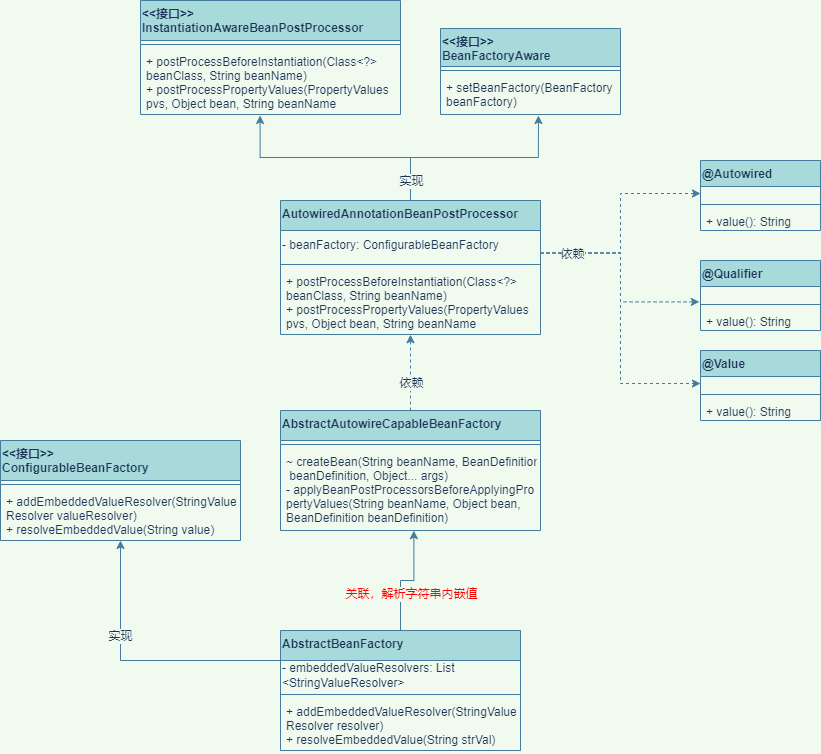
Before: wzz-spring/spring-step-14(通过注解注入信息).drawio.png, a diagram exported from draw.io (wsxzei/markdown-photos). Source tidied: cells renumbered, new cells last; positions are measured from the earlier drawing's top-left corner, leaving out a move shared by most shapes.
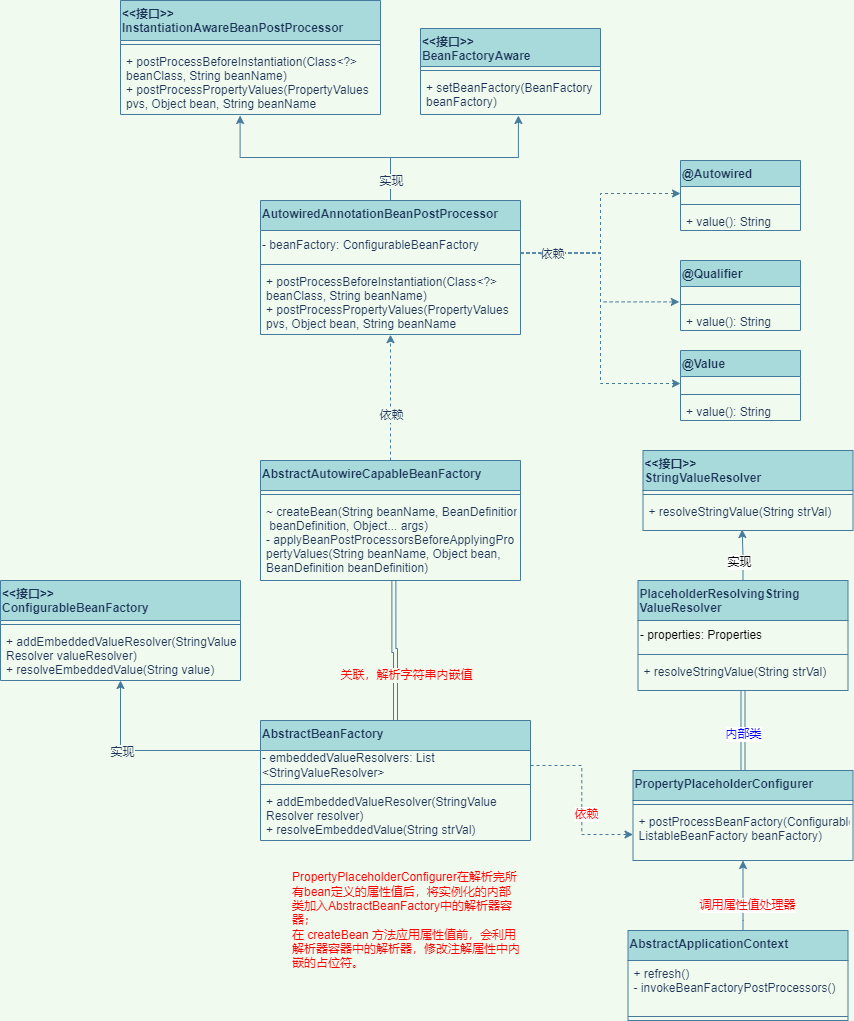
Later version of the same file.

Commit message:
更新spring-step-14(通过注解注入信息).drawio.png

What changed in the source:
```diff
@@ -98,7 +98,7 @@
       <mxGeometry x="-0.26" relative="1" as="geometry" />
     </mxCell>
     <mxCell id="33" value="AbstractAutowireCapableBeanFactory" style="swimlane;fontStyle=1;align=left;verticalAlign=top;horizontal=1;startSize=30;fillColor=#A8DADC;strokeColor=#457B9D;fontColor=#1D3557;" parent="1" vertex="1">
-      <mxGeometry x="280" y="410" width="260" height="120" as="geometry" />
+      <mxGeometry x="280" y="460" width="260" height="120" as="geometry" />
     </mxCell>
     <mxCell id="34" style="line;strokeWidth=1;fillColor=none;align=left;verticalAlign=middle;spacingTop=-1;spacingLeft=3;spacingRight=3;labelPosition=right;labelBackgroundColor=#F1FAEE;strokeColor=#457B9D;fontColor=#1D3557;" parent="33" vertex="1">
       <mxGeometry y="30" width="260" height="8" as="geometry" />
@@ -112,7 +112,7 @@
     <mxCell id="37" value="实现" style="edgeLabel;html=1;align=center;verticalAlign=middle;labelBackgroundColor=#F1FAEE;fontColor=#1D3557;" parent="36" vertex="1">
       <mxGeometry x="0.32" y="1" relative="1" as="geometry" />
     </mxCell>
-    <mxCell id="38" style="edgeStyle=orthogonalEdgeStyle;rounded=0;jettySize=auto;html=1;exitX=0.5;exitY=0;exitDx=0;exitDy=0;entryX=0.513;entryY=1.002;entryDx=0;entryDy=0;entryPerimeter=0;labelBackgroundColor=#F1FAEE;strokeColor=#457B9D;fontColor=#1D3557;" parent="1" edge="1" source="40" target="35">
+    <mxCell id="38" style="edgeStyle=orthogonalEdgeStyle;rounded=0;jettySize=auto;html=1;exitX=0.5;exitY=0;exitDx=0;exitDy=0;entryX=0.513;entryY=1.002;entryDx=0;entryDy=0;entryPerimeter=0;labelBackgroundColor=#F1FAEE;strokeColor=#457B9D;fontColor=#1D3557;shape=link;" parent="1" edge="1" source="40" target="35">
       <mxGeometry relative="1" as="geometry" />
     </mxCell>
     <mxCell id="39" value="关联，解析字符串内嵌值" style="edgeLabel;html=1;align=center;verticalAlign=middle;fontColor=#FF0000;labelBackgroundColor=#F1FAEE;" parent="38" vertex="1">
@@ -121,19 +121,19 @@
       </mxGeometry>
     </mxCell>
     <mxCell id="40" value="AbstractBeanFactory" style="swimlane;fontStyle=1;align=left;verticalAlign=top;horizontal=1;startSize=30;fillColor=#A8DADC;strokeColor=#457B9D;fontColor=#1D3557;" parent="1" vertex="1">
-      <mxGeometry x="280" y="630" width="240" height="120" as="geometry" />
+      <mxGeometry x="280" y="720" width="270" height="120" as="geometry" />
     </mxCell>
     <mxCell id="41" value="- embeddedValueResolvers: List&lt;br&gt;&amp;lt;StringValueResolver&amp;gt;" style="text;html=1;strokeColor=none;fillColor=none;align=left;verticalAlign=middle;whiteSpace=wrap;rounded=0;fontColor=#1D3557;" parent="40" vertex="1">
-      <mxGeometry y="30" width="240" height="30" as="geometry" />
+      <mxGeometry y="30" width="270" height="30" as="geometry" />
     </mxCell>
     <mxCell id="42" style="line;strokeWidth=1;fillColor=none;align=left;verticalAlign=middle;spacingTop=-1;spacingLeft=3;spacingRight=3;labelPosition=right;labelBackgroundColor=#F1FAEE;strokeColor=#457B9D;fontColor=#1D3557;" parent="40" vertex="1">
-      <mxGeometry y="60" width="240" height="8" as="geometry" />
+      <mxGeometry y="60" width="270" height="8" as="geometry" />
     </mxCell>
     <mxCell id="43" value="+ addEmbeddedValueResolver(StringValue&#10;Resolver resolver)&#10;+ resolveEmbeddedValue(String strVal)" style="text;strokeColor=none;fillColor=none;align=left;verticalAlign=top;spacingLeft=4;spacingRight=4;overflow=hidden;fontColor=#1D3557;" parent="40" vertex="1">
-      <mxGeometry y="68" width="240" height="52" as="geometry" />
+      <mxGeometry y="68" width="270" height="52" as="geometry" />
     </mxCell>
     <mxCell id="44" value="&lt;&lt;接口&gt;&gt;&#10;ConfigurableBeanFactory" style="swimlane;fontStyle=1;align=left;verticalAlign=top;horizontal=1;startSize=40;fillColor=#A8DADC;strokeColor=#457B9D;fontColor=#1D3557;" parent="1" vertex="1">
-      <mxGeometry y="440" width="240" height="100" as="geometry" />
+      <mxGeometry x="20" y="580" width="240" height="100" as="geometry" />
     </mxCell>
     <mxCell id="45" style="line;strokeWidth=1;fillColor=none;align=left;verticalAlign=middle;spacingTop=-1;spacingLeft=3;spacingRight=3;labelPosition=right;labelBackgroundColor=#F1FAEE;strokeColor=#457B9D;fontColor=#1D3557;" parent="44" vertex="1">
       <mxGeometry y="40" width="240" height="8" as="geometry" />
@@ -141,5 +141,83 @@
     <mxCell id="46" value="+ addEmbeddedValueResolver(StringValue&#10;Resolver valueResolver)&#10;+ resolveEmbeddedValue(String value)" style="text;strokeColor=none;fillColor=none;align=left;verticalAlign=top;spacingLeft=4;spacingRight=4;overflow=hidden;fontColor=#1D3557;" parent="44" vertex="1">
       <mxGeometry y="48" width="240" height="52" as="geometry" />
     </mxCell>
+    <mxCell id="47" style="edgeStyle=orthogonalEdgeStyle;rounded=0;jettySize=auto;html=1;entryX=0.5;entryY=1;entryDx=0;entryDy=0;entryPerimeter=0;fontColor=#FF0000;strokeColor=#457B9D;fillColor=#A8DADC;" parent="1" edge="1" target="56">
+      <mxGeometry relative="1" as="geometry">
+        <mxPoint x="762.5" y="930" as="sourcePoint" />
+        <Array as="points">
+          <mxPoint x="762.5" y="920" />
+          <mxPoint x="762.5" y="920" />
+        </Array>
+      </mxGeometry>
+    </mxCell>
+    <mxCell id="48" value="调用属性值处理器" style="edgeLabel;html=1;align=center;verticalAlign=middle;fontColor=#FF0000;" parent="47" vertex="1">
+      <mxGeometry x="-0.25" y="-4" relative="1" as="geometry" />
+    </mxCell>
+    <mxCell id="49" value="AbstractApplicationContext" style="swimlane;fontStyle=1;align=left;verticalAlign=top;horizontal=1;startSize=30;fillColor=#A8DADC;strokeColor=#457B9D;fontColor=#1D3557;" parent="1" vertex="1">
+      <mxGeometry x="647.5" y="930" width="220" height="90" as="geometry" />
+    </mxCell>
+    <mxCell id="50" value="+ refresh()&#10;- invokeBeanFactoryPostProcessors()" style="text;strokeColor=none;fillColor=none;align=left;verticalAlign=top;spacingLeft=4;spacingRight=4;overflow=hidden;fontColor=#1D3557;" parent="49" vertex="1">
+      <mxGeometry y="30" width="220" height="52" as="geometry" />
+    </mxCell>
+    <mxCell id="51" style="line;strokeWidth=1;fillColor=none;align=left;verticalAlign=middle;spacingTop=-1;spacingLeft=3;spacingRight=3;labelPosition=right;labelBackgroundColor=#F1FAEE;strokeColor=#457B9D;fontColor=#1D3557;" parent="49" vertex="1">
+      <mxGeometry y="82" width="220" height="8" as="geometry" />
+    </mxCell>
+    <mxCell id="52" style="edgeStyle=orthogonalEdgeStyle;rounded=0;jettySize=auto;html=1;exitX=0.5;exitY=0;exitDx=0;exitDy=0;entryX=0.5;entryY=1.019;entryDx=0;entryDy=0;entryPerimeter=0;fontColor=#000000;strokeColor=#457B9D;fillColor=#A8DADC;shape=link;" parent="1" edge="1" source="54" target="61">
+      <mxGeometry relative="1" as="geometry" />
+    </mxCell>
+    <mxCell id="53" value="内部类" style="edgeLabel;html=1;align=center;verticalAlign=middle;fontColor=#0000FF;" parent="52" vertex="1">
+      <mxGeometry x="0.29" y="-1" relative="1" as="geometry">
+        <mxPoint x="-1" y="14" as="offset" />
+      </mxGeometry>
+    </mxCell>
+    <mxCell id="54" value="PropertyPlaceholderConfigurer" style="swimlane;fontStyle=1;align=left;verticalAlign=top;horizontal=1;startSize=30;fillColor=#A8DADC;strokeColor=#457B9D;fontColor=#1D3557;" parent="1" vertex="1">
+      <mxGeometry x="652.5" y="770" width="220" height="90" as="geometry" />
+    </mxCell>
+    <mxCell id="55" style="line;strokeWidth=1;fillColor=none;align=left;verticalAlign=middle;spacingTop=-1;spacingLeft=3;spacingRight=3;labelPosition=right;labelBackgroundColor=#F1FAEE;strokeColor=#457B9D;fontColor=#1D3557;" parent="54" vertex="1">
+      <mxGeometry y="30" width="220" height="8" as="geometry" />
+    </mxCell>
+    <mxCell id="56" value="+ postProcessBeanFactory(Configurable&#10;ListableBeanFactory beanFactory)" style="text;strokeColor=none;fillColor=none;align=left;verticalAlign=top;spacingLeft=4;spacingRight=4;overflow=hidden;points=[[0,0.5],[1,0.5]];portConstraint=eastwest;fontColor=#1D3557;" parent="54" vertex="1">
+      <mxGeometry y="38" width="220" height="52" as="geometry" />
+    </mxCell>
+    <mxCell id="57" style="edgeStyle=orthogonalEdgeStyle;rounded=0;jettySize=auto;html=1;exitX=0.5;exitY=0;exitDx=0;exitDy=0;entryX=0.472;entryY=0.969;entryDx=0;entryDy=0;entryPerimeter=0;fontColor=#0000FF;strokeColor=#457B9D;fillColor=#A8DADC;" parent="1" edge="1" source="58" target="64">
+      <mxGeometry relative="1" as="geometry" />
+    </mxCell>
+    <mxCell id="58" value="PlaceholderResolvingString&#10;ValueResolver" style="swimlane;fontStyle=1;align=left;verticalAlign=top;horizontal=1;startSize=40;fillColor=#A8DADC;strokeColor=#457B9D;fontColor=#1D3557;" parent="1" vertex="1">
+      <mxGeometry x="657.5" y="580" width="210" height="110" as="geometry" />
+    </mxCell>
+    <mxCell id="59" value="&lt;font color=&quot;#000000&quot;&gt;- properties: Properties&lt;/font&gt;" style="text;html=1;strokeColor=none;fillColor=none;align=left;verticalAlign=middle;whiteSpace=wrap;rounded=0;fontColor=#FF0000;" parent="58" vertex="1">
+      <mxGeometry y="40" width="210" height="30" as="geometry" />
+    </mxCell>
+    <mxCell id="60" style="line;strokeWidth=1;fillColor=none;align=left;verticalAlign=middle;spacingTop=-1;spacingLeft=3;spacingRight=3;labelPosition=right;labelBackgroundColor=#F1FAEE;strokeColor=#457B9D;fontColor=#1D3557;" parent="58" vertex="1">
+      <mxGeometry y="70" width="210" height="8" as="geometry" />
+    </mxCell>
+    <mxCell id="61" value="+ resolveStringValue(String strVal)" style="text;strokeColor=none;fillColor=none;align=left;verticalAlign=top;spacingLeft=4;spacingRight=4;overflow=hidden;points=[[0,0.5],[1,0.5]];portConstraint=eastwest;fontColor=#1D3557;" parent="58" vertex="1">
+      <mxGeometry y="78" width="210" height="32" as="geometry" />
+    </mxCell>
+    <mxCell id="62" value="&lt;&lt;接口&gt;&gt;&#10;StringValueResolver" style="swimlane;fontStyle=1;align=left;verticalAlign=top;horizontal=1;startSize=40;fillColor=#A8DADC;strokeColor=#457B9D;fontColor=#1D3557;" parent="1" vertex="1">
+      <mxGeometry x="662.5" y="450" width="210" height="80" as="geometry" />
+    </mxCell>
+    <mxCell id="63" style="line;strokeWidth=1;fillColor=none;align=left;verticalAlign=middle;spacingTop=-1;spacingLeft=3;spacingRight=3;labelPosition=right;labelBackgroundColor=#F1FAEE;strokeColor=#457B9D;fontColor=#1D3557;" parent="62" vertex="1">
+      <mxGeometry y="40" width="210" height="8" as="geometry" />
+    </mxCell>
+    <mxCell id="64" value="+ resolveStringValue(String strVal)" style="text;strokeColor=none;fillColor=none;align=left;verticalAlign=top;spacingLeft=4;spacingRight=4;overflow=hidden;points=[[0,0.5],[1,0.5]];portConstraint=eastwest;fontColor=#1D3557;" parent="62" vertex="1">
+      <mxGeometry y="48" width="210" height="32" as="geometry" />
+    </mxCell>
+    <mxCell id="65" value="实现" style="edgeLabel;html=1;align=center;verticalAlign=middle;fontColor=#000000;" parent="1" vertex="1">
+      <mxGeometry x="737.5" y="560" as="geometry">
+        <mxPoint x="21" y="1" as="offset" />
+      </mxGeometry>
+    </mxCell>
+    <mxCell id="66" style="edgeStyle=orthogonalEdgeStyle;rounded=0;jettySize=auto;html=1;exitX=1;exitY=0.5;exitDx=0;exitDy=0;fontColor=#000000;strokeColor=#457B9D;fillColor=#A8DADC;dashed=1;" parent="1" edge="1" source="41" target="56">
+      <mxGeometry relative="1" as="geometry" />
+    </mxCell>
+    <mxCell id="67" value="&lt;font color=&quot;#ff0000&quot;&gt;依赖&lt;/font&gt;" style="edgeLabel;html=1;align=center;verticalAlign=middle;fontColor=#000000;" parent="66" vertex="1">
+      <mxGeometry x="0.3" y="4" relative="1" as="geometry">
+        <mxPoint y="-11" as="offset" />
+      </mxGeometry>
+    </mxCell>
+    <mxCell id="68" value="PropertyPlaceholderConfigurer在解析完所有bean定义的属性值后，将实例化的内部类加入AbstractBeanFactory中的解析器容器；&lt;br&gt;在 createBean 方法应用属性值前，会利用解析器容器中的解析器，修改注解属性中内嵌的占位符。" style="text;html=1;strokeColor=none;fillColor=none;align=left;verticalAlign=middle;whiteSpace=wrap;rounded=0;fontColor=#FF0000;" parent="1" vertex="1">
+      <mxGeometry x="310" y="870" width="230" height="100" as="geometry" />
+    </mxCell>
   </root>
 </mxGraphModel>
```
